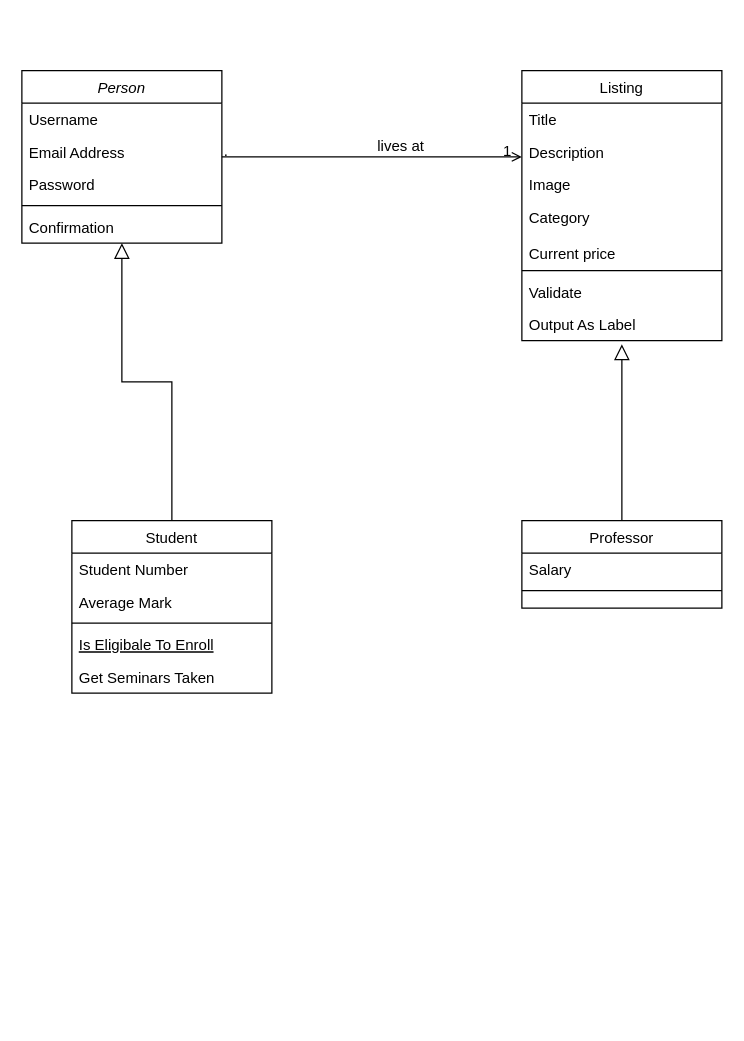
This is Untitled Diagram.drawio from Lisannevdboomen/Commerce, a draw.io file, before an edit. Source tidied: cells renumbered, new cells numbered last; positions are measured from the earlier drawing's top-left corner, leaving out a move shared by most shapes. Both pictures are drawn from the tidied source at 125%, with x=0, y=0 at pixel (21, 70).
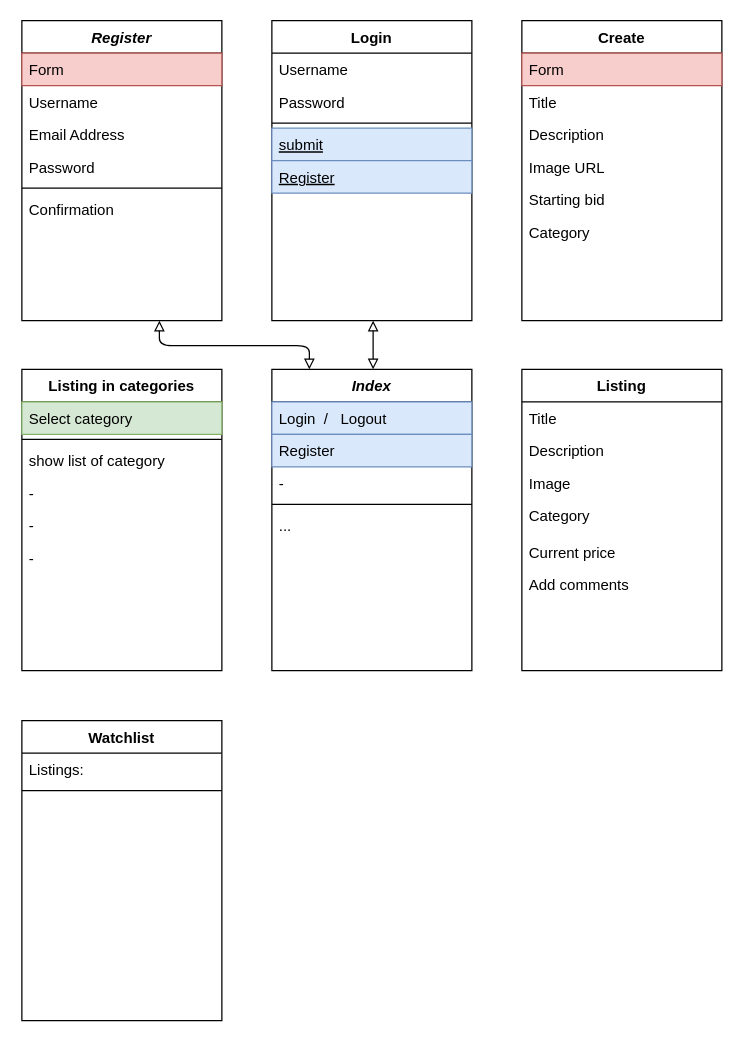
The same diagram, later.

Diff of the diagram source:
```diff
@@
-    <mxCell id="2" style="endArrow=block;endSize=10;endFill=0;shadow=0;strokeWidth=1;rounded=0;edgeStyle=elbowEdgeStyle;elbow=vertical;" parent="1" edge="1" source="8" target="14">
-      <mxGeometry relative="1" as="geometry" />
-    </mxCell>
-    <mxCell id="3" style="endArrow=block;endSize=10;endFill=0;shadow=0;strokeWidth=1;rounded=0;edgeStyle=elbowEdgeStyle;elbow=vertical;entryX=0.5;entryY=1.115;entryDx=0;entryDy=0;entryPerimeter=0;" parent="1" edge="1" source="29" target="28">
-      <mxGeometry relative="1" as="geometry">
-        <Array as="points">
-          <mxPoint x="480" y="280" />
-          <mxPoint x="530" y="270" />
-        </Array>
-      </mxGeometry>
-    </mxCell>
-    <mxCell id="4" style="endArrow=open;shadow=0;strokeWidth=1;rounded=0;endFill=1;edgeStyle=elbowEdgeStyle;elbow=vertical;" parent="1" edge="1" source="14" target="20">
-      <mxGeometry x="0.5" y="41" relative="1" as="geometry">
-        <mxPoint x="-40" y="32" as="offset" />
-      </mxGeometry>
-    </mxCell>
-    <mxCell id="5" value="." style="align=left;verticalAlign=bottom;labelBackgroundColor=none;fontSize=12;" parent="4" vertex="1">
-      <mxGeometry x="-1" relative="1" as="geometry">
-        <mxPoint y="4" as="offset" />
-      </mxGeometry>
-    </mxCell>
-    <mxCell id="6" value="1" style="align=right;verticalAlign=bottom;labelBackgroundColor=none;fontSize=12;" parent="4" vertex="1">
-      <mxGeometry x="1" relative="1" as="geometry">
-        <mxPoint x="-7" y="4" as="offset" />
-      </mxGeometry>
-    </mxCell>
-    <mxCell id="7" value="lives at" style="text;html=1;align=center;verticalAlign=middle;labelBackgroundColor=none;rounded=0;shadow=0;strokeWidth=1;fontSize=12;" parent="4" vertex="1">
-      <mxGeometry x="0.5" y="49" relative="1" as="geometry">
-        <mxPoint x="-38" y="40" as="offset" />
-      </mxGeometry>
-    </mxCell>
+    <mxCell id="32" style="edgeStyle=orthogonalEdgeStyle;curved=0;rounded=1;sketch=0;orthogonalLoop=1;jettySize=auto;html=1;exitX=0.75;exitY=0;exitDx=0;exitDy=0;entryX=0.75;entryY=1;entryDx=0;entryDy=0;startArrow=block;startFill=0;endArrow=block;endFill=0;" parent="1" edge="1">
+      <mxGeometry relative="1" as="geometry">
+        <mxPoint x="281" y="239" as="sourcePoint" />
+        <mxPoint x="281" y="200" as="targetPoint" />
+      </mxGeometry>
+    </mxCell>
+    <mxCell id="33" value="Index" style="swimlane;fontStyle=3;align=center;verticalAlign=top;horizontal=1;startSize=26;rounded=0;shadow=0;strokeWidth=1;" parent="1" vertex="1">
+      <mxGeometry x="200" y="239" width="160" height="241" as="geometry" />
+    </mxCell>
+    <mxCell id="34" value="Login  /   Logout" style="text;align=left;verticalAlign=top;spacingLeft=4;spacingRight=4;overflow=hidden;fontStyle=0;fillColor=#dae8fc;strokeColor=#6c8ebf;" parent="33" vertex="1">
+      <mxGeometry y="26" width="160" height="26" as="geometry" />
+    </mxCell>
+    <mxCell id="35" value="Register" style="text;align=left;verticalAlign=top;spacingLeft=4;spacingRight=4;overflow=hidden;rounded=0;shadow=0;html=0;fillColor=#dae8fc;strokeColor=#6c8ebf;" parent="33" vertex="1">
+      <mxGeometry y="52" width="160" height="26" as="geometry" />
+    </mxCell>
+    <mxCell id="36" value="-" style="text;align=left;verticalAlign=top;spacingLeft=4;spacingRight=4;overflow=hidden;rounded=0;shadow=0;html=0;" parent="33" vertex="1">
+      <mxGeometry y="78" width="160" height="26" as="geometry" />
+    </mxCell>
+    <mxCell id="37" style="line;html=1;strokeWidth=1;align=left;verticalAlign=middle;spacingTop=-1;spacingLeft=3;spacingRight=3;labelPosition=right;" parent="33" vertex="1">
+      <mxGeometry y="104" width="160" height="8" as="geometry" />
+    </mxCell>
+    <mxCell id="38" value="..." style="text;align=left;verticalAlign=top;spacingLeft=4;spacingRight=4;overflow=hidden;" parent="33" vertex="1">
+      <mxGeometry y="112" width="160" height="26" as="geometry" />
+    </mxCell>
+    <mxCell id="14" value="Register" style="swimlane;fontStyle=3;align=center;verticalAlign=top;horizontal=1;startSize=26;rounded=0;shadow=0;strokeWidth=1;" parent="1" vertex="1">
+      <mxGeometry y="-40" width="160" height="240" as="geometry" />
+    </mxCell>
+    <mxCell id="39" value="Form" style="text;align=left;verticalAlign=top;spacingLeft=4;spacingRight=4;overflow=hidden;fillColor=#f8cecc;strokeColor=#b85450;" parent="14" vertex="1">
+      <mxGeometry y="26" width="160" height="26" as="geometry" />
+    </mxCell>
+    <mxCell id="15" value="Username" style="text;align=left;verticalAlign=top;spacingLeft=4;spacingRight=4;overflow=hidden;" parent="14" vertex="1">
+      <mxGeometry y="52" width="160" height="26" as="geometry" />
+    </mxCell>
+    <mxCell id="16" value="Email Address" style="text;align=left;verticalAlign=top;spacingLeft=4;spacingRight=4;overflow=hidden;rounded=0;shadow=0;html=0;" parent="14" vertex="1">
+      <mxGeometry y="78" width="160" height="26" as="geometry" />
+    </mxCell>
+    <mxCell id="17" value="Password" style="text;align=left;verticalAlign=top;spacingLeft=4;spacingRight=4;overflow=hidden;rounded=0;shadow=0;html=0;" parent="14" vertex="1">
+      <mxGeometry y="104" width="160" height="26" as="geometry" />
+    </mxCell>
+    <mxCell id="18" style="line;html=1;strokeWidth=1;align=left;verticalAlign=middle;spacingTop=-1;spacingLeft=3;spacingRight=3;labelPosition=right;" parent="14" vertex="1">
+      <mxGeometry y="130" width="160" height="8" as="geometry" />
+    </mxCell>
+    <mxCell id="19" value="Confirmation" style="text;align=left;verticalAlign=top;spacingLeft=4;spacingRight=4;overflow=hidden;" parent="14" vertex="1">
+      <mxGeometry y="138" width="160" height="26" as="geometry" />
+    </mxCell>
-    <mxCell id="8" value="Student" style="swimlane;fontStyle=0;align=center;verticalAlign=top;horizontal=1;startSize=26;rounded=0;shadow=0;strokeWidth=1;" parent="1" vertex="1">
-      <mxGeometry x="40" y="360" width="160" height="138" as="geometry" />
+    <mxCell id="8" value="Login" style="swimlane;fontStyle=1;align=center;verticalAlign=top;horizontal=1;startSize=26;rounded=0;shadow=0;strokeWidth=1;" parent="1" vertex="1">
+      <mxGeometry x="200" y="-40" width="160" height="240" as="geometry" />
     </mxCell>
-    <mxCell id="9" value="Student Number" style="text;align=left;verticalAlign=top;spacingLeft=4;spacingRight=4;overflow=hidden;" parent="8" vertex="1">
+    <mxCell id="9" value="Username" style="text;align=left;verticalAlign=top;spacingLeft=4;spacingRight=4;overflow=hidden;" parent="8" vertex="1">
       <mxGeometry y="26" width="160" height="26" as="geometry" />
     </mxCell>
-    <mxCell id="10" value="Average Mark" style="text;align=left;verticalAlign=top;spacingLeft=4;spacingRight=4;overflow=hidden;rounded=0;shadow=0;html=0;" parent="8" vertex="1">
+    <mxCell id="10" value="Password" style="text;align=left;verticalAlign=top;spacingLeft=4;spacingRight=4;overflow=hidden;rounded=0;shadow=0;html=0;" parent="8" vertex="1">
       <mxGeometry y="52" width="160" height="26" as="geometry" />
     </mxCell>
@@
-    <mxCell id="12" value="Is Eligibale To Enroll" style="text;align=left;verticalAlign=top;spacingLeft=4;spacingRight=4;overflow=hidden;fontStyle=4;" parent="8" vertex="1">
+    <mxCell id="12" value="submit" style="text;align=left;verticalAlign=top;spacingLeft=4;spacingRight=4;overflow=hidden;fontStyle=4;fillColor=#dae8fc;strokeColor=#6c8ebf;" parent="8" vertex="1">
       <mxGeometry y="86" width="160" height="26" as="geometry" />
     </mxCell>
-    <mxCell id="13" value="Get Seminars Taken" style="text;align=left;verticalAlign=top;spacingLeft=4;spacingRight=4;overflow=hidden;" parent="8" vertex="1">
+    <mxCell id="13" value="Register" style="text;align=left;verticalAlign=top;spacingLeft=4;spacingRight=4;overflow=hidden;fontStyle=4;fillColor=#dae8fc;strokeColor=#6c8ebf;" parent="8" vertex="1">
       <mxGeometry y="112" width="160" height="26" as="geometry" />
     </mxCell>
-    <mxCell id="14" value="Person" style="swimlane;fontStyle=2;align=center;verticalAlign=top;horizontal=1;startSize=26;rounded=0;shadow=0;strokeWidth=1;" parent="1" vertex="1">
-      <mxGeometry width="160" height="138" as="geometry" />
-    </mxCell>
-    <mxCell id="15" value="Username" style="text;align=left;verticalAlign=top;spacingLeft=4;spacingRight=4;overflow=hidden;" parent="14" vertex="1">
-      <mxGeometry y="26" width="160" height="26" as="geometry" />
-    </mxCell>
-    <mxCell id="16" value="Email Address" style="text;align=left;verticalAlign=top;spacingLeft=4;spacingRight=4;overflow=hidden;rounded=0;shadow=0;html=0;" parent="14" vertex="1">
-      <mxGeometry y="52" width="160" height="26" as="geometry" />
-    </mxCell>
-    <mxCell id="17" value="Password" style="text;align=left;verticalAlign=top;spacingLeft=4;spacingRight=4;overflow=hidden;rounded=0;shadow=0;html=0;" parent="14" vertex="1">
-      <mxGeometry y="78" width="160" height="26" as="geometry" />
-    </mxCell>
-    <mxCell id="18" style="line;html=1;strokeWidth=1;align=left;verticalAlign=middle;spacingTop=-1;spacingLeft=3;spacingRight=3;labelPosition=right;" parent="14" vertex="1">
-      <mxGeometry y="104" width="160" height="8" as="geometry" />
-    </mxCell>
-    <mxCell id="19" value="Confirmation" style="text;align=left;verticalAlign=top;spacingLeft=4;spacingRight=4;overflow=hidden;" parent="14" vertex="1">
-      <mxGeometry y="112" width="160" height="26" as="geometry" />
-    </mxCell>
+    <mxCell id="40" value="Create" style="swimlane;fontStyle=1;align=center;verticalAlign=top;horizontal=1;startSize=26;rounded=0;shadow=0;strokeWidth=1;" parent="1" vertex="1">
+      <mxGeometry x="400" y="-40" width="160" height="240" as="geometry" />
+    </mxCell>
+    <mxCell id="41" value="Form" style="text;align=left;verticalAlign=top;spacingLeft=4;spacingRight=4;overflow=hidden;fillColor=#f8cecc;strokeColor=#b85450;" parent="40" vertex="1">
+      <mxGeometry y="26" width="160" height="26" as="geometry" />
+    </mxCell>
+    <mxCell id="42" value="Title" style="text;align=left;verticalAlign=top;spacingLeft=4;spacingRight=4;overflow=hidden;rounded=0;shadow=0;html=0;" parent="40" vertex="1">
+      <mxGeometry y="52" width="160" height="26" as="geometry" />
+    </mxCell>
+    <mxCell id="43" value="Description" style="text;align=left;verticalAlign=top;spacingLeft=4;spacingRight=4;overflow=hidden;rounded=0;shadow=0;html=0;" parent="40" vertex="1">
+      <mxGeometry y="78" width="160" height="26" as="geometry" />
+    </mxCell>
+    <mxCell id="44" value="Image URL" style="text;align=left;verticalAlign=top;spacingLeft=4;spacingRight=4;overflow=hidden;rounded=0;shadow=0;html=0;" parent="40" vertex="1">
+      <mxGeometry y="104" width="160" height="26" as="geometry" />
+    </mxCell>
+    <mxCell id="45" value="Starting bid" style="text;align=left;verticalAlign=top;spacingLeft=4;spacingRight=4;overflow=hidden;rounded=0;shadow=0;html=0;" parent="40" vertex="1">
+      <mxGeometry y="130" width="160" height="26" as="geometry" />
+    </mxCell>
+    <mxCell id="46" value="Category" style="text;align=left;verticalAlign=top;spacingLeft=4;spacingRight=4;overflow=hidden;rounded=0;shadow=0;html=0;" parent="40" vertex="1">
+      <mxGeometry y="156" width="160" height="26" as="geometry" />
+    </mxCell>
+    <mxCell id="47" value="Listing in categories" style="swimlane;fontStyle=1;align=center;verticalAlign=top;horizontal=1;startSize=26;rounded=0;shadow=0;strokeWidth=1;" parent="1" vertex="1">
+      <mxGeometry y="239" width="160" height="241" as="geometry" />
+    </mxCell>
+    <mxCell id="48" value="Select category" style="text;align=left;verticalAlign=top;spacingLeft=4;spacingRight=4;overflow=hidden;fillColor=#d5e8d4;strokeColor=#82b366;" parent="47" vertex="1">
+      <mxGeometry y="26" width="160" height="26" as="geometry" />
+    </mxCell>
+    <mxCell id="49" style="line;html=1;strokeWidth=1;align=left;verticalAlign=middle;spacingTop=-1;spacingLeft=3;spacingRight=3;labelPosition=right;" parent="47" vertex="1">
+      <mxGeometry y="52" width="160" height="8" as="geometry" />
+    </mxCell>
+    <mxCell id="50" value="show list of category" style="text;align=left;verticalAlign=top;spacingLeft=4;spacingRight=4;overflow=hidden;" parent="47" vertex="1">
+      <mxGeometry y="60" width="160" height="26" as="geometry" />
+    </mxCell>
+    <mxCell id="51" value="-" style="text;align=left;verticalAlign=top;spacingLeft=4;spacingRight=4;overflow=hidden;" parent="47" vertex="1">
+      <mxGeometry y="86" width="160" height="26" as="geometry" />
+    </mxCell>
+    <mxCell id="52" value="-" style="text;align=left;verticalAlign=top;spacingLeft=4;spacingRight=4;overflow=hidden;" parent="47" vertex="1">
+      <mxGeometry y="112" width="160" height="26" as="geometry" />
+    </mxCell>
+    <mxCell id="53" value="-" style="text;align=left;verticalAlign=top;spacingLeft=4;spacingRight=4;overflow=hidden;" parent="47" vertex="1">
+      <mxGeometry y="138" width="160" height="26" as="geometry" />
+    </mxCell>
-    <mxCell id="20" value="Listing" style="swimlane;fontStyle=0;align=center;verticalAlign=top;horizontal=1;startSize=26;rounded=0;shadow=0;strokeWidth=1;" parent="1" vertex="1">
-      <mxGeometry x="400" width="160" height="216" as="geometry" />
+    <mxCell id="20" value="Listing" style="swimlane;fontStyle=1;align=center;verticalAlign=top;horizontal=1;startSize=26;rounded=0;shadow=0;strokeWidth=1;" parent="1" vertex="1">
+      <mxGeometry x="400" y="239" width="160" height="241" as="geometry" />
     </mxCell>
@@
-    <mxCell id="26" style="line;html=1;strokeWidth=1;align=left;verticalAlign=middle;spacingTop=-1;spacingLeft=3;spacingRight=3;labelPosition=right;" parent="20" vertex="1">
-      <mxGeometry y="156" width="160" height="8" as="geometry" />
-    </mxCell>
-    <mxCell id="27" value="Validate" style="text;align=left;verticalAlign=top;spacingLeft=4;spacingRight=4;overflow=hidden;" parent="20" vertex="1">
-      <mxGeometry y="164" width="160" height="26" as="geometry" />
-    </mxCell>
-    <mxCell id="28" value="Output As Label" style="text;align=left;verticalAlign=top;spacingLeft=4;spacingRight=4;overflow=hidden;points=[[0,0.5],[1,0.5]];portConstraint=eastwest;" parent="20" vertex="1">
-      <mxGeometry y="190" width="160" height="26" as="geometry" />
-    </mxCell>
+    <mxCell id="54" value="Add comments" style="text;align=left;verticalAlign=bottom;spacingLeft=4;spacingRight=4;overflow=hidden;rounded=0;shadow=0;html=0;" parent="20" vertex="1">
+      <mxGeometry y="156" width="160" height="26" as="geometry" />
+    </mxCell>
+    <mxCell id="55" style="edgeStyle=orthogonalEdgeStyle;curved=0;rounded=1;sketch=0;orthogonalLoop=1;jettySize=auto;html=1;exitX=0.75;exitY=0;exitDx=0;exitDy=0;startArrow=block;startFill=0;endArrow=block;endFill=0;" parent="1" edge="1">
+      <mxGeometry relative="1" as="geometry">
+        <mxPoint x="230" y="239" as="sourcePoint" />
+        <mxPoint x="110" y="200" as="targetPoint" />
+        <Array as="points">
+          <mxPoint x="230" y="220" />
+          <mxPoint x="110" y="220" />
+        </Array>
+      </mxGeometry>
+    </mxCell>
-    <mxCell id="29" value="Professor" style="swimlane;fontStyle=0;align=center;verticalAlign=top;horizontal=1;startSize=26;rounded=0;shadow=0;strokeWidth=1;" parent="1" vertex="1">
-      <mxGeometry x="400" y="360" width="160" height="70" as="geometry" />
+    <mxCell id="29" value="Watchlist" style="swimlane;fontStyle=1;align=center;verticalAlign=top;horizontal=1;startSize=26;rounded=0;shadow=0;strokeWidth=1;" parent="1" vertex="1">
+      <mxGeometry y="520" width="160" height="240" as="geometry" />
     </mxCell>
-    <mxCell id="30" value="Salary" style="text;align=left;verticalAlign=top;spacingLeft=4;spacingRight=4;overflow=hidden;" parent="29" vertex="1">
+    <mxCell id="30" value="Listings:" style="text;align=left;verticalAlign=top;spacingLeft=4;spacingRight=4;overflow=hidden;" parent="29" vertex="1">
       <mxGeometry y="26" width="160" height="26" as="geometry" />
     </mxCell>
```
